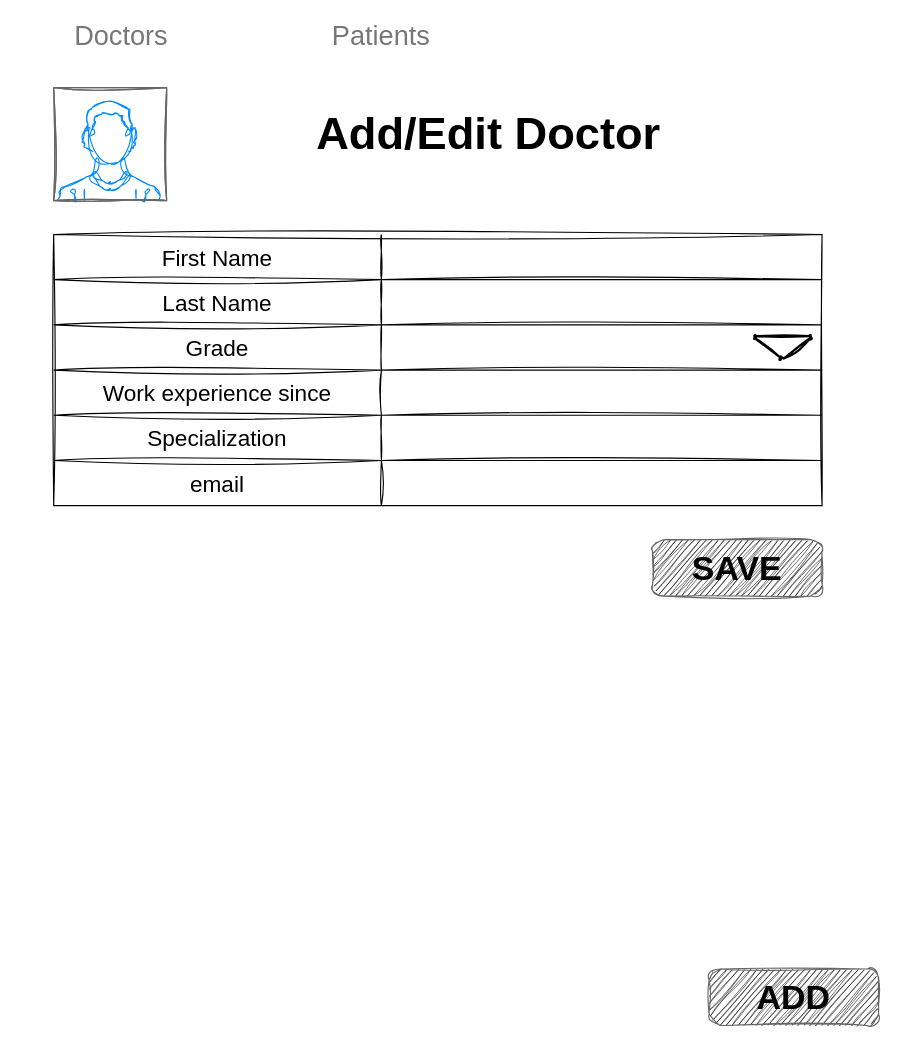
The draw.io diagram page "Add-Edit Doctor" (3 of 6) of documentation/micropeutist drawio.drawio in DmytroY/EPAM_Flask, before the edit. Source tidied: cells renumbered, new cells numbered last; positions are measured from the earlier drawing's top-left corner, leaving out a move shared by most shapes. Both pictures are drawn from the tidied source at 113%, with x=0, y=0 at pixel (19, 19).
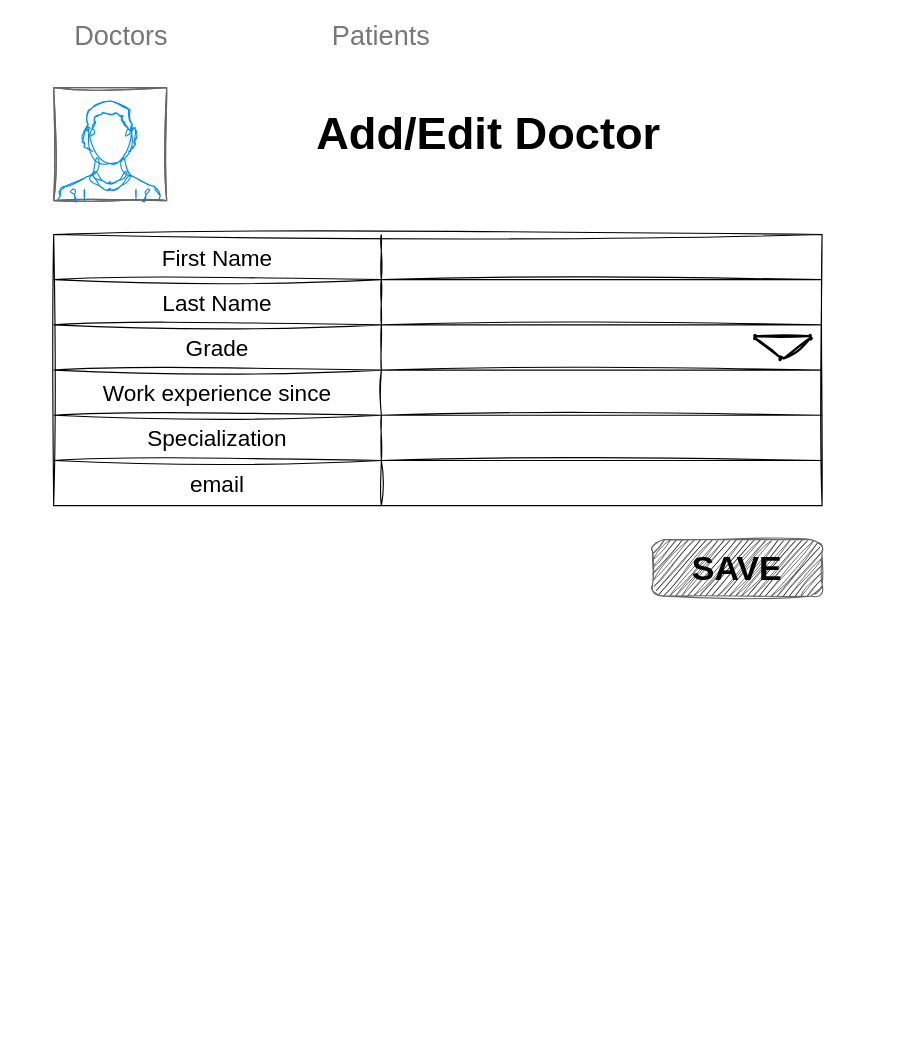
Above is the later version.

What changed in the source:
```diff
@@
-    <mxCell id="25" value="ADD" style="strokeWidth=1;shadow=0;dashed=0;align=center;html=1;shape=mxgraph.mockup.buttons.button;strokeColor=#666666;fontColor=default;mainText=;buttonStyle=round;fontSize=30;fontStyle=1;fillColor=#000000;whiteSpace=wrap;rounded=0;labelBackgroundColor=none;labelBorderColor=none;sketch=1;hachureGap=4;jiggle=2;curveFitting=1;fontFamily=Helvetica;fillStyle=hachure;" parent="1" vertex="1">
-      <mxGeometry x="610" y="840" width="150" height="50" as="geometry" />
-    </mxCell>
```
